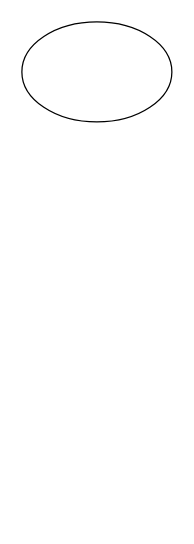
This is Untitled Diagram.drawio from rifjan29/draw--io, a draw.io file, before an edit. Source tidied: cells renumbered, new cells numbered last; positions are measured from the earlier drawing's top-left corner, leaving out a move shared by most shapes. Both pictures are drawn from the tidied source at 125%, with x=0, y=0 at pixel (21, 21).
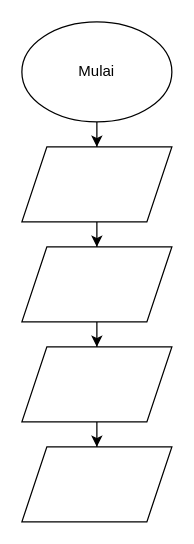
The same diagram, later.

The edit, as a diff of the source:
```diff
@@
 <mxGraphModel>
   <root>
     <mxCell id="0" />
     <mxCell id="1" parent="0" />
+    <mxCell id="3" style="edgeStyle=orthogonalEdgeStyle;rounded=0;jettySize=auto;html=1;" parent="1" edge="1" source="2" target="5">
+      <mxGeometry relative="1" as="geometry" />
+    </mxCell>
-    <mxCell id="2" style="ellipse;whiteSpace=wrap;html=1;" parent="1" vertex="1">
+    <mxCell id="2" value="Mulai" style="ellipse;whiteSpace=wrap;html=1;" parent="1" vertex="1">
       <mxGeometry width="120" height="80" as="geometry" />
     </mxCell>
+    <mxCell id="4" style="edgeStyle=orthogonalEdgeStyle;rounded=0;jettySize=auto;html=1;" parent="1" edge="1" source="5" target="7">
+      <mxGeometry relative="1" as="geometry" />
+    </mxCell>
+    <mxCell id="5" style="shape=parallelogram;perimeter=parallelogramPerimeter;whiteSpace=wrap;html=1;fixedSize=1;" parent="1" vertex="1">
+      <mxGeometry y="100" width="120" height="60" as="geometry" />
+    </mxCell>
+    <mxCell id="6" style="edgeStyle=orthogonalEdgeStyle;rounded=0;jettySize=auto;html=1;" parent="1" edge="1" source="7" target="9">
+      <mxGeometry relative="1" as="geometry" />
+    </mxCell>
+    <mxCell id="7" style="shape=parallelogram;perimeter=parallelogramPerimeter;whiteSpace=wrap;html=1;fixedSize=1;" parent="1" vertex="1">
+      <mxGeometry y="180" width="120" height="60" as="geometry" />
+    </mxCell>
+    <mxCell id="8" style="edgeStyle=orthogonalEdgeStyle;rounded=0;jettySize=auto;html=1;" parent="1" edge="1" source="9" target="10">
+      <mxGeometry relative="1" as="geometry" />
+    </mxCell>
+    <mxCell id="9" style="shape=parallelogram;perimeter=parallelogramPerimeter;whiteSpace=wrap;html=1;fixedSize=1;" parent="1" vertex="1">
+      <mxGeometry y="260" width="120" height="60" as="geometry" />
+    </mxCell>
+    <mxCell id="10" style="shape=parallelogram;perimeter=parallelogramPerimeter;whiteSpace=wrap;html=1;fixedSize=1;" parent="1" vertex="1">
+      <mxGeometry y="340" width="120" height="60" as="geometry" />
+    </mxCell>
   </root>
 </mxGraphModel>
```
